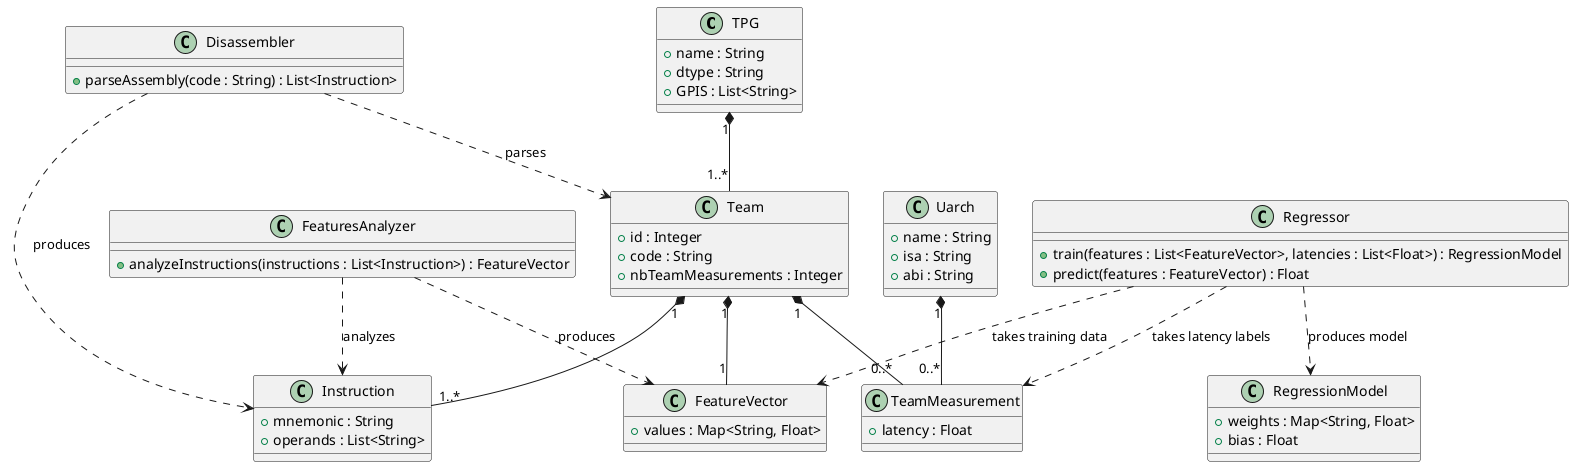
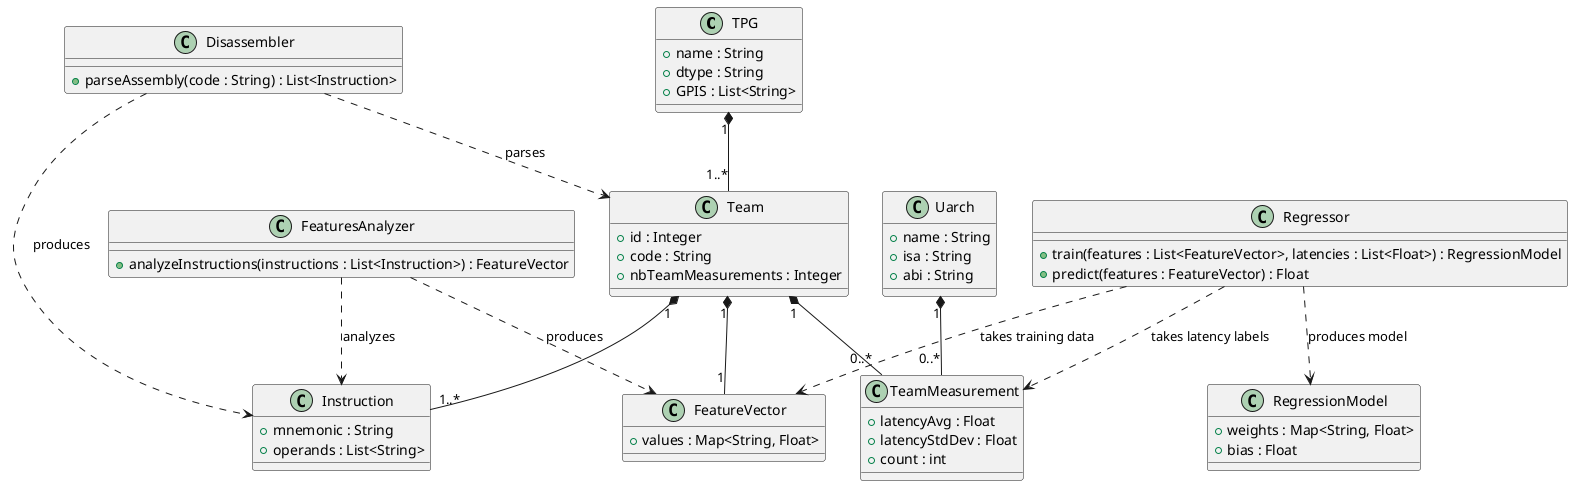
@startuml

' =====================================
' TPG DOMAIN
' =====================================

class TPG {
    + name : String
    + dtype : String
    + GPIS : List<String>
}

class Team {
    + id : Integer
    + code : String
    + nbTeamMeasurements : Integer
    ' + idProgs : List<Integer>
}

class Instruction {
    + mnemonic : String
    + operands : List<String>
}

TPG "1" *-- "1..*" Team
Team "1" *-- "1..*" Instruction

' =====================================
' MICROARCHITECTURE
' =====================================

class Uarch {
    + name : String
    + isa : String
    + abi : String
}

' =====================================
' MEASURED PERFORMANCE
' =====================================

class TeamMeasurement {
-     + latency : Float
+     + latencyAvg : Float
+     + latencyStdDev : Float
+     + count : int
}

Team "1" *-- "0..*" TeamMeasurement
Uarch "1" *-- "0..*" TeamMeasurement
Team "1" *-- "1" FeatureVector

' =====================================
' FEATURE EXTRACTION
' =====================================

class FeatureVector {
    ' Created from instructions, table of features
    ' {"ADD_count": 3, "LOAD_count": 5, "RAW_hazards": 2, "ADD_ADD_transition": 1}
    + values : Map<String, Float>
}

class Disassembler {
    + parseAssembly(code : String) : List<Instruction>
}

class FeaturesAnalyzer {
    + analyzeInstructions(instructions : List<Instruction>) : FeatureVector
}

Disassembler ..> Team : parses
Disassembler ..> Instruction : produces

FeaturesAnalyzer ..> Instruction : analyzes
FeaturesAnalyzer ..> FeatureVector : produces

' =====================================
' LATENCY MODEL
' =====================================

class RegressionModel {
    ' weights = { "ADD_count": 0.12, "LOAD_count": 1.85, "RAW_hazards": 3.40, "ADD_ADD_transition": 0.75'
    + weights : Map<String, Float>
    + bias : Float
}

class Regressor {
    + train(features : List<FeatureVector>, latencies : List<Float>) : RegressionModel
    + predict(features : FeatureVector) : Float
}

Regressor ..> RegressionModel : produces model
Regressor ..> FeatureVector : takes training data
Regressor ..> TeamMeasurement : takes latency labels

@enduml